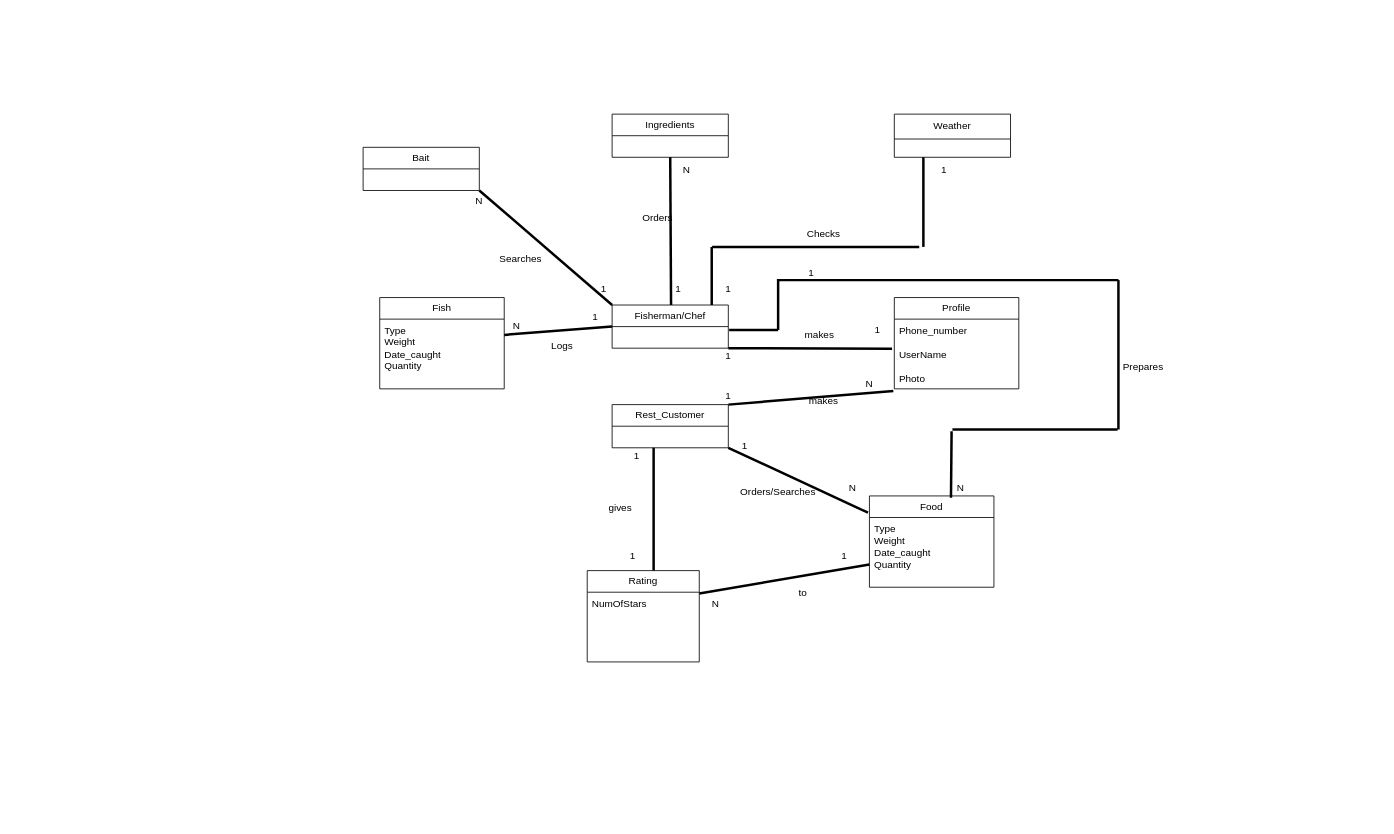
TMCEID/SoftEngFishApp keeps this draw.io diagram as domain model - kostas.drawio. Above is the earlier version. Source tidied: cells renumbered, new cells numbered last; positions are measured from the earlier drawing's top-left corner, leaving out a move shared by most shapes. Both pictures are drawn from the tidied source at 83%, with x=0, y=0 at pixel (363, 114).
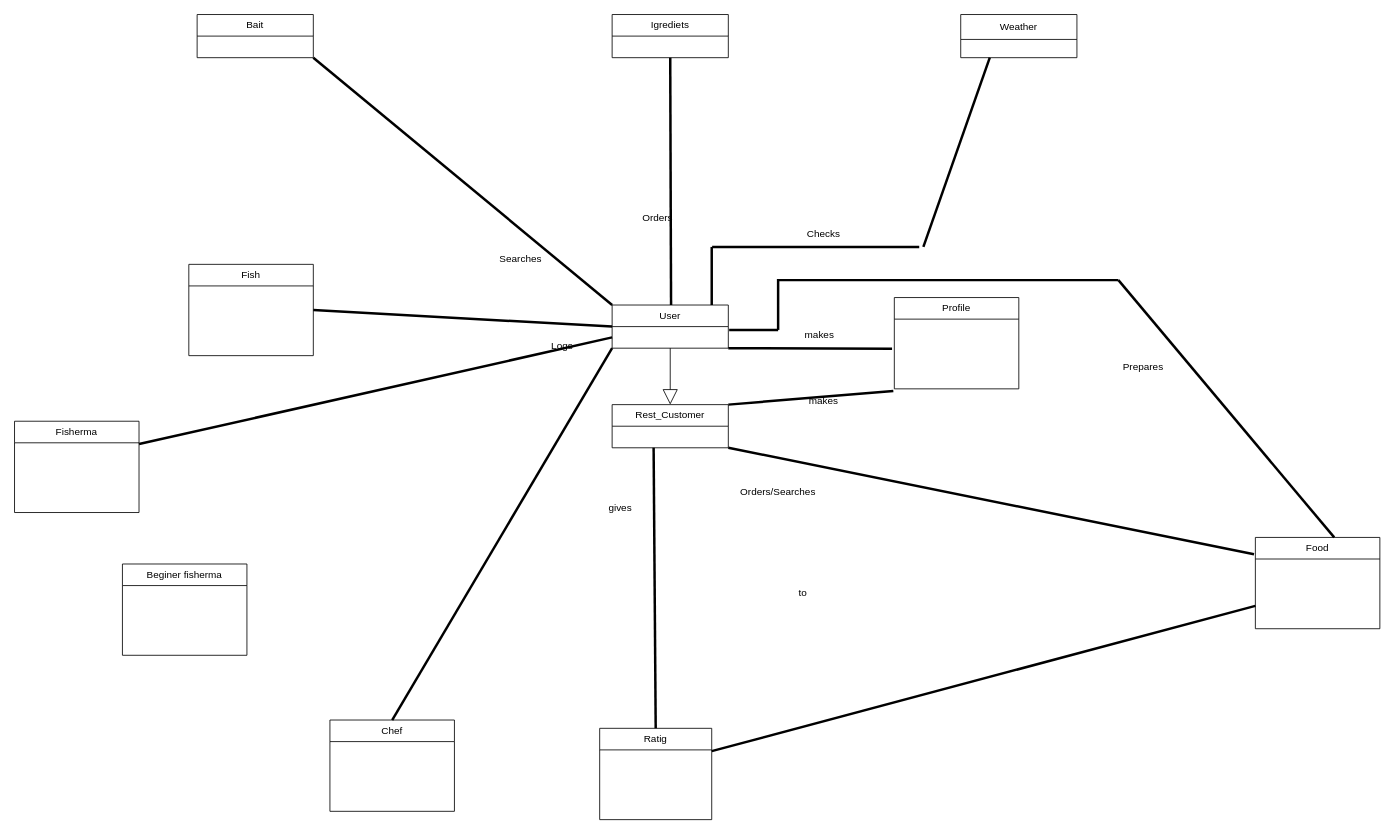
After the change.

Unchanged cells that the change refers to:
```xml
<mxCell id="3" value="Profile" style="swimlane;fontStyle=0;horizontal=1;startSize=26;fillColor=none;whiteSpace=wrap;html=1;" parent="1" vertex="1">
  <mxGeometry x="640" y="221" width="150" height="110" as="geometry" />
</mxCell>
<mxCell id="9" value="Rest_Customer" style="swimlane;fontStyle=0;horizontal=1;startSize=26;fillColor=none;whiteSpace=wrap;html=1;" parent="1" vertex="1">
  <mxGeometry x="300" y="350" width="140" height="52" as="geometry" />
</mxCell>
```

What changed in the source:
```diff
@@
-    <mxCell id="2" value="Fisherman/Chef" style="swimlane;fontStyle=0;horizontal=1;startSize=26;fillColor=none;whiteSpace=wrap;html=1;" parent="1" vertex="1">
+    <mxCell id="2" value="User" style="swimlane;fontStyle=0;horizontal=1;startSize=26;fillColor=none;whiteSpace=wrap;html=1;" parent="1" vertex="1">
       <mxGeometry x="300" y="230" width="140" height="52" as="geometry" />
     </mxCell>
@@
-    <mxCell id="4" value="&lt;div&gt;Phone_number&lt;/div&gt;&lt;div&gt;&lt;br&gt;&lt;/div&gt;&lt;div&gt;UserName&lt;/div&gt;&lt;div&gt;&lt;br&gt;&lt;/div&gt;&lt;div&gt;Photo&lt;/div&gt;" style="text;strokeColor=none;fillColor=none;align=left;verticalAlign=top;spacingLeft=4;spacingRight=4;overflow=hidden;points=[[0,0.5],[1,0.5]];portConstraint=eastwest;whiteSpace=wrap;html=1;" parent="3" vertex="1">
-      <mxGeometry y="26" width="150" height="84" as="geometry" />
-    </mxCell>
-    <mxCell id="5" style="endArrow=none;startArrow=none;endFill=0;startFill=0;endSize=8;html=1;verticalAlign=bottom;labelBackgroundColor=none;strokeWidth=3;rounded=0;entryX=-0.018;entryY=0.425;entryDx=0;entryDy=0;entryPerimeter=0;exitX=1;exitY=1;exitDx=0;exitDy=0;" parent="1" edge="1" source="2" target="4">
-      <mxGeometry relative="1" as="geometry" />
+    <mxCell id="5" style="endArrow=none;startArrow=none;endFill=0;startFill=0;endSize=8;html=1;verticalAlign=bottom;labelBackgroundColor=none;strokeWidth=3;rounded=0;entryX=-0.018;entryY=0.425;entryDx=0;entryDy=0;entryPerimeter=0;exitX=1;exitY=1;exitDx=0;exitDy=0;" parent="1" edge="1" source="2">
+      <mxGeometry relative="1" as="geometry">
+        <mxPoint x="637.3" y="282.7" as="targetPoint" />
+      </mxGeometry>
     </mxCell>
-    <mxCell id="6" value="1" style="text;html=1;align=center;verticalAlign=middle;whiteSpace=wrap;rounded=0;" parent="1" vertex="1">
+    <mxCell id="6" style="text;html=1;align=center;verticalAlign=middle;whiteSpace=wrap;rounded=0;" parent="1" vertex="1">
       <mxGeometry x="600" y="250" width="40" height="20" as="geometry" />
     </mxCell>
-    <mxCell id="7" value="1" style="text;html=1;align=center;verticalAlign=middle;whiteSpace=wrap;rounded=0;" parent="1" vertex="1">
+    <mxCell id="7" style="text;html=1;align=center;verticalAlign=middle;whiteSpace=wrap;rounded=0;" parent="1" vertex="1">
       <mxGeometry x="420" y="282" width="40" height="20" as="geometry" />
     </mxCell>
@@
-    <mxCell id="10" style="endArrow=none;startArrow=none;endFill=0;startFill=0;endSize=8;html=1;verticalAlign=bottom;labelBackgroundColor=none;strokeWidth=3;rounded=0;entryX=-0.008;entryY=1.031;entryDx=0;entryDy=0;entryPerimeter=0;exitX=1;exitY=0;exitDx=0;exitDy=0;" parent="1" edge="1" source="9" target="4">
-      <mxGeometry relative="1" as="geometry" />
+    <mxCell id="10" style="endArrow=none;startArrow=none;endFill=0;startFill=0;endSize=8;html=1;verticalAlign=bottom;labelBackgroundColor=none;strokeWidth=3;rounded=0;entryX=-0.008;entryY=1.031;entryDx=0;entryDy=0;entryPerimeter=0;exitX=1;exitY=0;exitDx=0;exitDy=0;" parent="1" edge="1" source="9">
+      <mxGeometry relative="1" as="geometry">
+        <mxPoint x="638.8" y="333.6" as="targetPoint" />
+      </mxGeometry>
     </mxCell>
@@
-    <mxCell id="12" value="1" style="text;html=1;align=center;verticalAlign=middle;whiteSpace=wrap;rounded=0;" parent="1" vertex="1">
+    <mxCell id="12" style="text;html=1;align=center;verticalAlign=middle;whiteSpace=wrap;rounded=0;" parent="1" vertex="1">
       <mxGeometry x="420" y="330" width="40" height="20" as="geometry" />
     </mxCell>
-    <mxCell id="13" value="N" style="text;html=1;align=center;verticalAlign=middle;whiteSpace=wrap;rounded=0;" parent="1" vertex="1">
+    <mxCell id="13" style="text;html=1;align=center;verticalAlign=middle;whiteSpace=wrap;rounded=0;" parent="1" vertex="1">
       <mxGeometry x="580" y="310" width="60" height="30" as="geometry" />
     </mxCell>
@@
-    <mxCell id="15" style="endArrow=none;startArrow=none;endFill=0;startFill=0;endSize=8;html=1;verticalAlign=bottom;labelBackgroundColor=none;strokeWidth=3;rounded=0;entryX=0;entryY=0.5;entryDx=0;entryDy=0;" parent="1" edge="1" target="2">
-      <mxGeometry relative="1" as="geometry">
-        <mxPoint x="170" y="266" as="sourcePoint" />
-      </mxGeometry>
+    <mxCell id="15" style="endArrow=none;startArrow=none;endFill=0;startFill=0;endSize=8;html=1;verticalAlign=bottom;labelBackgroundColor=none;strokeWidth=3;rounded=0;entryX=0;entryY=0.5;entryDx=0;entryDy=0;exitX=1;exitY=0.5;exitDx=0;exitDy=0;" parent="1" edge="1" source="37" target="2">
+      <mxGeometry relative="1" as="geometry" />
     </mxCell>
@@
-    <mxCell id="18" value="1" style="text;html=1;align=center;verticalAlign=middle;whiteSpace=wrap;rounded=0;" parent="1" vertex="1">
+    <mxCell id="18" style="text;html=1;align=center;verticalAlign=middle;whiteSpace=wrap;rounded=0;" parent="1" vertex="1">
       <mxGeometry x="250" y="230" width="60" height="30" as="geometry" />
     </mxCell>
-    <mxCell id="19" value="N" style="text;html=1;align=center;verticalAlign=middle;whiteSpace=wrap;rounded=0;" parent="1" vertex="1">
+    <mxCell id="19" style="text;html=1;align=center;verticalAlign=middle;whiteSpace=wrap;rounded=0;" parent="1" vertex="1">
       <mxGeometry x="170" y="240" width="30" height="30" as="geometry" />
     </mxCell>
     <mxCell id="20" value="Bait" style="swimlane;fontStyle=0;horizontal=1;startSize=26;fillColor=none;whiteSpace=wrap;html=1;" parent="1" vertex="1">
-      <mxGeometry y="40" width="140" height="52" as="geometry" />
+      <mxGeometry x="-200" y="-120" width="140" height="52" as="geometry" />
     </mxCell>
@@
-    <mxCell id="22" value="1" style="text;html=1;align=center;verticalAlign=middle;whiteSpace=wrap;rounded=0;" parent="1" vertex="1">
+    <mxCell id="22" style="text;html=1;align=center;verticalAlign=middle;whiteSpace=wrap;rounded=0;" parent="1" vertex="1">
       <mxGeometry x="270" y="201" width="40" height="20" as="geometry" />
     </mxCell>
-    <mxCell id="23" value="N" style="text;html=1;align=center;verticalAlign=middle;whiteSpace=wrap;rounded=0;" parent="1" vertex="1">
+    <mxCell id="23" style="text;html=1;align=center;verticalAlign=middle;whiteSpace=wrap;rounded=0;" parent="1" vertex="1">
       <mxGeometry x="120" y="100" width="40" height="10" as="geometry" />
     </mxCell>
@@
-    <mxCell id="25" value="Ingredients" style="swimlane;fontStyle=0;horizontal=1;startSize=26;fillColor=none;whiteSpace=wrap;html=1;" parent="1" vertex="1">
-      <mxGeometry x="300" width="140" height="52" as="geometry" />
+    <mxCell id="25" value="Igrediets" style="swimlane;fontStyle=0;horizontal=1;startSize=26;fillColor=none;whiteSpace=wrap;html=1;" parent="1" vertex="1">
+      <mxGeometry x="300" y="-120" width="140" height="52" as="geometry" />
     </mxCell>
@@
-    <mxCell id="27" value="N" style="text;html=1;align=center;verticalAlign=middle;whiteSpace=wrap;rounded=0;" parent="1" vertex="1">
+    <mxCell id="27" style="text;html=1;align=center;verticalAlign=middle;whiteSpace=wrap;rounded=0;" parent="1" vertex="1">
       <mxGeometry x="570" y="440" width="40" height="20" as="geometry" />
     </mxCell>
-    <mxCell id="28" value="1" style="text;html=1;align=center;verticalAlign=middle;whiteSpace=wrap;rounded=0;" parent="1" vertex="1">
+    <mxCell id="28" style="text;html=1;align=center;verticalAlign=middle;whiteSpace=wrap;rounded=0;" parent="1" vertex="1">
       <mxGeometry x="440" y="390" width="40" height="20" as="geometry" />
     </mxCell>
@@
-    <mxCell id="32" style="endArrow=none;startArrow=none;endFill=0;startFill=0;endSize=8;html=1;verticalAlign=bottom;labelBackgroundColor=none;strokeWidth=3;rounded=0;entryX=-0.008;entryY=1.031;entryDx=0;entryDy=0;entryPerimeter=0;exitX=0.643;exitY=0;exitDx=0;exitDy=0;exitPerimeter=0;" parent="1" edge="1">
+    <mxCell id="32" style="endArrow=none;startArrow=none;endFill=0;startFill=0;endSize=8;html=1;verticalAlign=bottom;labelBackgroundColor=none;strokeWidth=3;rounded=0;entryX=-0.008;entryY=1.031;entryDx=0;entryDy=0;entryPerimeter=0;exitX=0.5;exitY=0;exitDx=0;exitDy=0;" parent="1" edge="1" source="58">
       <mxGeometry relative="1" as="geometry">
-        <mxPoint x="350" y="550" as="sourcePoint" />
         <mxPoint x="350" y="402" as="targetPoint" />
       </mxGeometry>
     </mxCell>
@@
-    <mxCell id="34" value="1" style="text;html=1;align=center;verticalAlign=middle;whiteSpace=wrap;rounded=0;" parent="1" vertex="1">
+    <mxCell id="34" style="text;html=1;align=center;verticalAlign=middle;whiteSpace=wrap;rounded=0;" parent="1" vertex="1">
       <mxGeometry x="310" y="402" width="40" height="20" as="geometry" />
     </mxCell>
-    <mxCell id="35" value="1" style="text;html=1;align=center;verticalAlign=middle;whiteSpace=wrap;rounded=0;" parent="1" vertex="1">
+    <mxCell id="35" style="text;html=1;align=center;verticalAlign=middle;whiteSpace=wrap;rounded=0;" parent="1" vertex="1">
       <mxGeometry x="305" y="522" width="40" height="20" as="geometry" />
     </mxCell>
-    <mxCell id="36" value="1" style="text;html=1;align=center;verticalAlign=middle;whiteSpace=wrap;rounded=0;" parent="1" vertex="1">
+    <mxCell id="36" style="text;html=1;align=center;verticalAlign=middle;whiteSpace=wrap;rounded=0;" parent="1" vertex="1">
       <mxGeometry x="560" y="522" width="40" height="20" as="geometry" />
     </mxCell>
     <mxCell id="37" value="Fish" style="swimlane;fontStyle=0;horizontal=1;startSize=26;fillColor=none;whiteSpace=wrap;html=1;" parent="1" vertex="1">
-      <mxGeometry x="20" y="221" width="150" height="110" as="geometry" />
+      <mxGeometry x="-210" y="181" width="150" height="110" as="geometry" />
     </mxCell>
-    <mxCell id="38" value="&lt;div&gt;Type&lt;/div&gt;&lt;div&gt;Weight&lt;/div&gt;&lt;div&gt;Date_caught&lt;/div&gt;&lt;div&gt;Quantity&lt;/div&gt;" style="text;strokeColor=none;fillColor=none;align=left;verticalAlign=top;spacingLeft=4;spacingRight=4;overflow=hidden;whiteSpace=wrap;html=1;" parent="37" vertex="1">
-      <mxGeometry y="26" width="150" height="84" as="geometry" />
-    </mxCell>
     <mxCell id="39" value="&lt;div&gt;Food&lt;/div&gt;" style="swimlane;fontStyle=0;horizontal=1;startSize=26;fillColor=none;whiteSpace=wrap;html=1;" parent="1" vertex="1">
-      <mxGeometry x="610" y="460" width="150" height="110" as="geometry" />
+      <mxGeometry x="1075" y="510" width="150" height="110" as="geometry" />
     </mxCell>
-    <mxCell id="40" value="&lt;div&gt;Type&lt;/div&gt;&lt;div&gt;Weight&lt;/div&gt;&lt;div&gt;Date_caught&lt;/div&gt;&lt;div&gt;Quantity&lt;/div&gt;" style="text;strokeColor=none;fillColor=none;align=left;verticalAlign=top;spacingLeft=4;spacingRight=4;overflow=hidden;whiteSpace=wrap;html=1;" parent="39" vertex="1">
-      <mxGeometry y="26" width="150" height="84" as="geometry" />
-    </mxCell>
-    <mxCell id="41" value="N" style="text;html=1;align=center;verticalAlign=middle;whiteSpace=wrap;rounded=0;" parent="1" vertex="1">
+    <mxCell id="41" style="text;html=1;align=center;verticalAlign=middle;whiteSpace=wrap;rounded=0;" parent="1" vertex="1">
       <mxGeometry x="405" y="580" width="40" height="20" as="geometry" />
     </mxCell>
@@
     <mxCell id="43" style="endArrow=none;startArrow=none;endFill=0;startFill=0;endSize=8;html=1;verticalAlign=bottom;labelBackgroundColor=none;strokeWidth=3;rounded=0;" parent="1" edge="1">
       <mxGeometry relative="1" as="geometry">
-        <mxPoint x="910" y="380" as="sourcePoint" />
+        <mxPoint x="1170" y="510" as="sourcePoint" />
         <mxPoint x="910" y="200" as="targetPoint" />
       </mxGeometry>
     </mxCell>
@@
-    <mxCell id="45" value="1" style="text;html=1;align=center;verticalAlign=middle;whiteSpace=wrap;rounded=0;" parent="1" vertex="1">
+    <mxCell id="45" style="text;html=1;align=center;verticalAlign=middle;whiteSpace=wrap;rounded=0;" parent="1" vertex="1">
       <mxGeometry x="520" y="181" width="40" height="20" as="geometry" />
     </mxCell>
-    <mxCell id="46" value="N " style="text;html=1;align=center;verticalAlign=middle;whiteSpace=wrap;rounded=0;" parent="1" vertex="1">
+    <mxCell id="46" value=" " style="text;html=1;align=center;verticalAlign=middle;whiteSpace=wrap;rounded=0;" parent="1" vertex="1">
       <mxGeometry x="700" y="440" width="40" height="20" as="geometry" />
     </mxCell>
-    <mxCell id="47" style="endArrow=none;startArrow=none;endFill=0;startFill=0;endSize=8;html=1;verticalAlign=bottom;labelBackgroundColor=none;strokeWidth=3;rounded=0;entryX=-0.008;entryY=1.031;entryDx=0;entryDy=0;entryPerimeter=0;" parent="1" edge="1">
-      <mxGeometry relative="1" as="geometry">
-        <mxPoint x="710" y="380" as="sourcePoint" />
-        <mxPoint x="909" y="380" as="targetPoint" />
-      </mxGeometry>
-    </mxCell>
-    <mxCell id="48" style="endArrow=none;startArrow=none;endFill=0;startFill=0;endSize=8;html=1;verticalAlign=bottom;labelBackgroundColor=none;strokeWidth=3;rounded=0;entryX=-0.008;entryY=1.031;entryDx=0;entryDy=0;entryPerimeter=0;exitX=0.655;exitY=0.019;exitDx=0;exitDy=0;exitPerimeter=0;" parent="1" edge="1" source="39">
-      <mxGeometry relative="1" as="geometry">
-        <mxPoint x="709" y="382" as="targetPoint" />
-      </mxGeometry>
-    </mxCell>
@@
-    <mxCell id="50" value="1" style="text;html=1;align=center;verticalAlign=middle;whiteSpace=wrap;rounded=0;" parent="1" vertex="1">
+    <mxCell id="50" style="text;html=1;align=center;verticalAlign=middle;whiteSpace=wrap;rounded=0;" parent="1" vertex="1">
       <mxGeometry x="360" y="201" width="40" height="20" as="geometry" />
     </mxCell>
-    <mxCell id="51" value="N" style="text;html=1;align=center;verticalAlign=middle;whiteSpace=wrap;rounded=0;" parent="1" vertex="1">
+    <mxCell id="51" style="text;html=1;align=center;verticalAlign=middle;whiteSpace=wrap;rounded=0;" parent="1" vertex="1">
       <mxGeometry x="360" y="52" width="60" height="30" as="geometry" />
     </mxCell>
     <mxCell id="52" value="Weather" style="swimlane;fontStyle=0;horizontal=1;startSize=30;fillColor=none;whiteSpace=wrap;html=1;" parent="1" vertex="1">
-      <mxGeometry x="640" width="140" height="52" as="geometry" />
+      <mxGeometry x="720" y="-120" width="140" height="52" as="geometry" />
     </mxCell>
@@
-    <mxCell id="58" value="Rating" style="swimlane;fontStyle=0;horizontal=1;startSize=26;fillColor=none;whiteSpace=wrap;html=1;" parent="1" vertex="1">
-      <mxGeometry x="270" y="550" width="135" height="110" as="geometry" />
+    <mxCell id="58" value="Ratig" style="swimlane;fontStyle=0;horizontal=1;startSize=26;fillColor=none;whiteSpace=wrap;html=1;" parent="1" vertex="1">
+      <mxGeometry x="285" y="740" width="135" height="110" as="geometry" />
     </mxCell>
-    <mxCell id="59" value="NumOfStars" style="text;strokeColor=none;fillColor=none;align=left;verticalAlign=top;spacingLeft=4;spacingRight=4;overflow=hidden;whiteSpace=wrap;html=1;" parent="58" vertex="1">
-      <mxGeometry y="26" width="135" height="84" as="geometry" />
-    </mxCell>
-    <mxCell id="60" value="1" style="text;html=1;align=center;verticalAlign=middle;whiteSpace=wrap;rounded=0;" parent="1" vertex="1">
+    <mxCell id="60" style="text;html=1;align=center;verticalAlign=middle;whiteSpace=wrap;rounded=0;" parent="1" vertex="1">
       <mxGeometry x="420" y="201" width="40" height="20" as="geometry" />
     </mxCell>
-    <mxCell id="61" value="1" style="text;html=1;align=center;verticalAlign=middle;whiteSpace=wrap;rounded=0;" parent="1" vertex="1">
+    <mxCell id="61" style="text;html=1;align=center;verticalAlign=middle;whiteSpace=wrap;rounded=0;" parent="1" vertex="1">
       <mxGeometry x="680" y="57" width="40" height="20" as="geometry" />
     </mxCell>
+    <mxCell id="62" style="endArrow=block;endSize=16;endFill=0;html=1;rounded=0;exitX=0.5;exitY=1;exitDx=0;exitDy=0;entryX=0.5;entryY=0;entryDx=0;entryDy=0;" parent="1" edge="1" source="2" target="9">
+      <mxGeometry relative="1" as="geometry" />
+    </mxCell>
+    <mxCell id="63" value="Fisherma" style="swimlane;fontStyle=0;horizontal=1;startSize=26;fillColor=none;whiteSpace=wrap;html=1;" parent="1" vertex="1">
+      <mxGeometry x="-420" y="370" width="150" height="110" as="geometry" />
+    </mxCell>
+    <mxCell id="64" value="Chef" style="swimlane;fontStyle=0;horizontal=1;startSize=26;fillColor=none;whiteSpace=wrap;html=1;" parent="1" vertex="1">
+      <mxGeometry x="-40" y="730" width="150" height="110" as="geometry" />
+    </mxCell>
+    <mxCell id="65" value="Beginer fisherma" style="swimlane;fontStyle=0;horizontal=1;startSize=26;fillColor=none;whiteSpace=wrap;html=1;" parent="1" vertex="1">
+      <mxGeometry x="-290" y="542" width="150" height="110" as="geometry" />
+    </mxCell>
+    <mxCell id="66" style="endArrow=none;startArrow=none;endFill=0;startFill=0;endSize=8;html=1;verticalAlign=bottom;labelBackgroundColor=none;strokeWidth=3;rounded=0;entryX=0;entryY=0.75;entryDx=0;entryDy=0;exitX=1;exitY=0.25;exitDx=0;exitDy=0;" parent="1" edge="1" source="63" target="2">
+      <mxGeometry relative="1" as="geometry" />
+    </mxCell>
+    <mxCell id="67" style="endArrow=none;startArrow=none;endFill=0;startFill=0;endSize=8;html=1;verticalAlign=bottom;labelBackgroundColor=none;strokeWidth=3;rounded=0;entryX=0;entryY=1;entryDx=0;entryDy=0;exitX=0.5;exitY=0;exitDx=0;exitDy=0;" parent="1" edge="1" source="64" target="2">
+      <mxGeometry relative="1" as="geometry" />
+    </mxCell>
```
